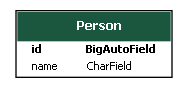
The Graphviz diagram uml_diagrams/person_model.png in brianobot/zuri_internship_task_2, before a commit. Its source is kept beside it as uml_diagrams/person_model.dot. Its diagram source:
```dot
digraph model_graph {

  fontname = "Roboto"
  fontsize = 8
  splines  = true
  rankdir = "TB"

  node [
    fontname = "Roboto"
    fontsize = 8
    shape = "plaintext"
  ]

  edge [
    fontname = "Roboto"
    fontsize = 8
  ]


  person_models_Person [label=<
    <TABLE BGCOLOR="white" BORDER="1" CELLBORDER="0" CELLSPACING="0">
    <TR><TD COLSPAN="2" CELLPADDING="5" ALIGN="CENTER" BGCOLOR="#1b563f">
    <FONT FACE="Roboto" COLOR="white" POINT-SIZE="10"><B>
    Person
    </B></FONT></TD></TR>


    <TR><TD ALIGN="LEFT" BORDER="0">
    <FONT FACE="Roboto"><B>id</B></FONT>
    </TD><TD ALIGN="LEFT">
    <FONT FACE="Roboto"><B>BigAutoField</B></FONT>
    </TD></TR>



    <TR><TD ALIGN="LEFT" BORDER="0">
    <FONT FACE="Roboto">name</FONT>
    </TD><TD ALIGN="LEFT">
    <FONT FACE="Roboto">CharField</FONT>
    </TD></TR>


    </TABLE>
    >]

}
```
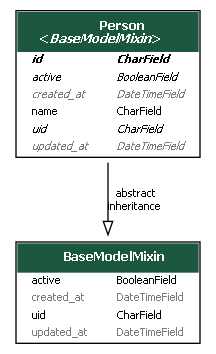
The same file after the commit.

Diff of the diagram source:
```diff
@@ -17,18 +17,76 @@
   ]
 
 
+  person_models_BaseModelMixin [label=<
+    <TABLE BGCOLOR="white" BORDER="1" CELLBORDER="0" CELLSPACING="0">
+    <TR><TD COLSPAN="2" CELLPADDING="5" ALIGN="CENTER" BGCOLOR="#1b563f">
+    <FONT FACE="Roboto" COLOR="white" POINT-SIZE="10"><B>
+    BaseModelMixin
+    </B></FONT></TD></TR>
+
+
+    <TR><TD ALIGN="LEFT" BORDER="0">
+    <FONT FACE="Roboto">active</FONT>
+    </TD><TD ALIGN="LEFT">
+    <FONT FACE="Roboto">BooleanField</FONT>
+    </TD></TR>
+
+
+
+    <TR><TD ALIGN="LEFT" BORDER="0">
+    <FONT COLOR="#7B7B7B" FACE="Roboto">created_at</FONT>
+    </TD><TD ALIGN="LEFT">
+    <FONT COLOR="#7B7B7B" FACE="Roboto">DateTimeField</FONT>
+    </TD></TR>
+
+
+
+    <TR><TD ALIGN="LEFT" BORDER="0">
+    <FONT FACE="Roboto">uid</FONT>
+    </TD><TD ALIGN="LEFT">
+    <FONT FACE="Roboto">CharField</FONT>
+    </TD></TR>
+
+
+
+    <TR><TD ALIGN="LEFT" BORDER="0">
+    <FONT COLOR="#7B7B7B" FACE="Roboto">updated_at</FONT>
+    </TD><TD ALIGN="LEFT">
+    <FONT COLOR="#7B7B7B" FACE="Roboto">DateTimeField</FONT>
+    </TD></TR>
+
+
+    </TABLE>
+    >]
+
   person_models_Person [label=<
     <TABLE BGCOLOR="white" BORDER="1" CELLBORDER="0" CELLSPACING="0">
     <TR><TD COLSPAN="2" CELLPADDING="5" ALIGN="CENTER" BGCOLOR="#1b563f">
     <FONT FACE="Roboto" COLOR="white" POINT-SIZE="10"><B>
-    Person
+    Person<BR/>&lt;<FONT FACE="Roboto"><I>BaseModelMixin</I></FONT>&gt;
     </B></FONT></TD></TR>
 
 
     <TR><TD ALIGN="LEFT" BORDER="0">
-    <FONT FACE="Roboto"><B>id</B></FONT>
+    <FONT FACE="Roboto"><I><B>id</B></I></FONT>
     </TD><TD ALIGN="LEFT">
-    <FONT FACE="Roboto"><B>BigAutoField</B></FONT>
+    <FONT FACE="Roboto"><I><B>CharField</B></I></FONT>
+    </TD></TR>
+
+
+
+    <TR><TD ALIGN="LEFT" BORDER="0">
+    <FONT FACE="Roboto"><I>active</I></FONT>
+    </TD><TD ALIGN="LEFT">
+    <FONT FACE="Roboto"><I>BooleanField</I></FONT>
+    </TD></TR>
+
+
+
+    <TR><TD ALIGN="LEFT" BORDER="0">
+    <FONT COLOR="#7B7B7B" FACE="Roboto"><I>created_at</I></FONT>
+    </TD><TD ALIGN="LEFT">
+    <FONT COLOR="#7B7B7B" FACE="Roboto"><I>DateTimeField</I></FONT>
     </TD></TR>
 
 
@@ -40,7 +98,27 @@
     </TD></TR>
 
 
+
+    <TR><TD ALIGN="LEFT" BORDER="0">
+    <FONT FACE="Roboto"><I>uid</I></FONT>
+    </TD><TD ALIGN="LEFT">
+    <FONT FACE="Roboto"><I>CharField</I></FONT>
+    </TD></TR>
+
+
+
+    <TR><TD ALIGN="LEFT" BORDER="0">
+    <FONT COLOR="#7B7B7B" FACE="Roboto"><I>updated_at</I></FONT>
+    </TD><TD ALIGN="LEFT">
+    <FONT COLOR="#7B7B7B" FACE="Roboto"><I>DateTimeField</I></FONT>
+    </TD></TR>
+
+
     </TABLE>
     >]
 
+  person_models_Person -> person_models_BaseModelMixin
+  [label=" abstract\ninheritance"] [arrowhead=empty, arrowtail=none, dir=both];
+
+
 }
```
